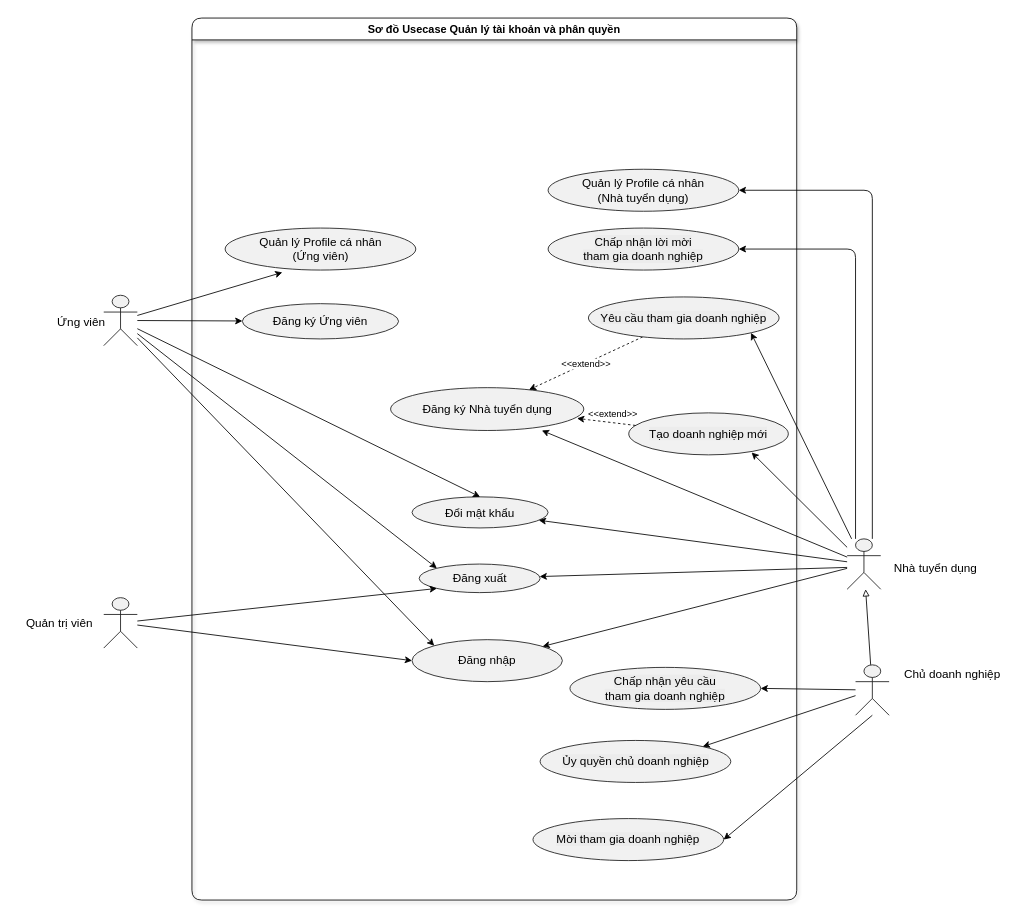
Above: diagrams/usecase_account.drawio in SE-Project-CTU/smart-recruitment-docs (draw.io), before the change. Source tidied: cells renumbered, new cells numbered last; positions are measured from the earlier drawing's top-left corner, leaving out a move shared by most shapes. Both pictures are drawn from the tidied source at 84%, with x=0, y=0 at pixel (13, 18).
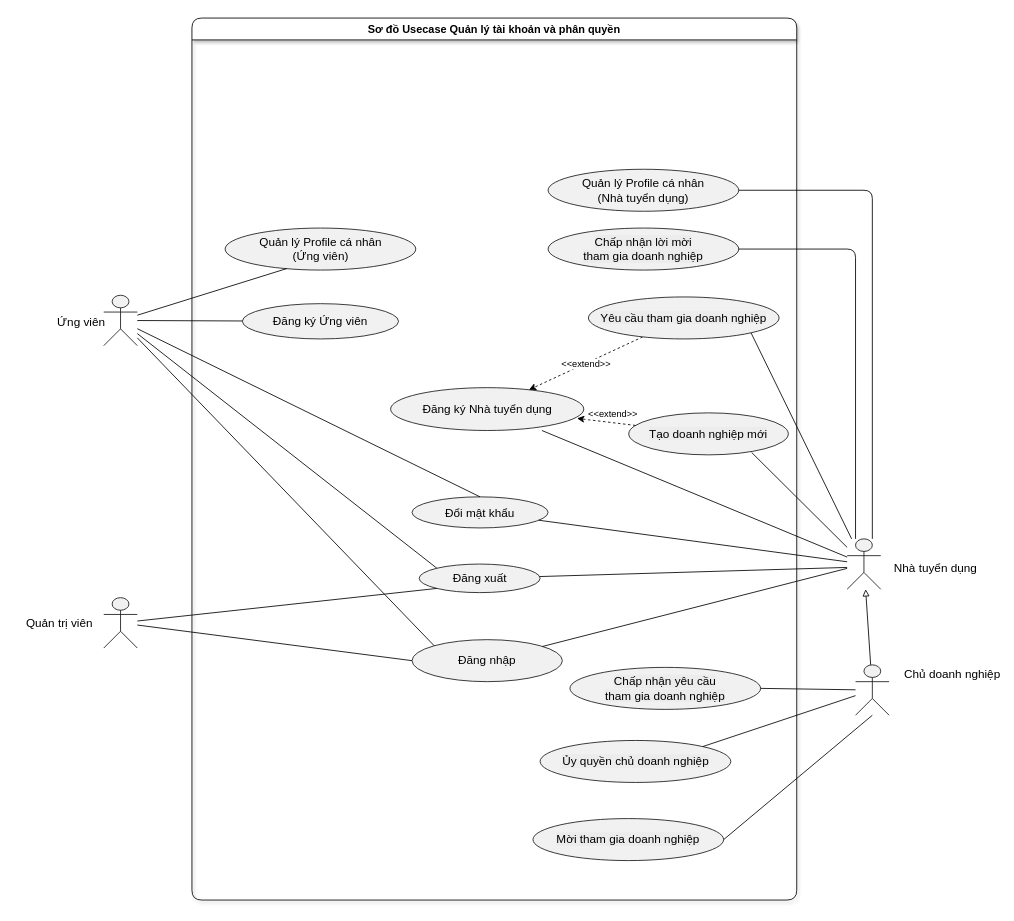
The same page after the edit.

Commit message (it also covers changes not shown here):
docs: Adjust use case diagrams for account and admin subsystems with improved edge styles and layout corrections

Unchanged cells that the change refers to:
```xml
<mxCell id="3" value="Đăng ký Ứng viên" style="ellipse;html=1;fillColor=#F1F1F1;strokeColor=#181818;whiteSpace=wrap;fontColor=#000000;fontSize=14;shadow=0;" parent="2" vertex="1">
  <mxGeometry x="60" y="340" width="186" height="42" as="geometry" />
</mxCell>
<mxCell id="4" value="Đăng ký Nhà tuyển dụng" style="ellipse;html=1;fillColor=#F1F1F1;strokeColor=#181818;whiteSpace=wrap;fontColor=#000000;fontSize=14;shadow=0;" parent="2" vertex="1">
  <mxGeometry x="236.5" y="440" width="230" height="51" as="geometry" />
</mxCell>
<mxCell id="5" value="Đăng nhập" style="ellipse;html=1;fillColor=#F1F1F1;strokeColor=#181818;whiteSpace=wrap;fontColor=#000000;fontSize=14;shadow=0;" parent="2" vertex="1">
  <mxGeometry x="262" y="740" width="179" height="50" as="geometry" />
</mxCell>
<mxCell id="6" value="Đăng xuất" style="ellipse;html=1;fillColor=#F1F1F1;strokeColor=#181818;whiteSpace=wrap;fontColor=#000000;fontSize=14;shadow=0;" parent="2" vertex="1">
  <mxGeometry x="270.5" y="650" width="144" height="34" as="geometry" />
</mxCell>
<mxCell id="7" value="Quản lý Profile cá nhân&lt;br&gt;(Ứng viên)" style="ellipse;html=1;fillColor=#F1F1F1;strokeColor=#181818;whiteSpace=wrap;fontColor=#000000;fontSize=14;shadow=0;" parent="2" vertex="1">
  <mxGeometry x="39.5" y="250" width="227" height="50" as="geometry" />
</mxCell>
<mxCell id="8" value="Đổi mật khẩu" style="ellipse;html=1;fillColor=#F1F1F1;strokeColor=#181818;whiteSpace=wrap;fontColor=#000000;fontSize=14;shadow=0;" parent="2" vertex="1">
  <mxGeometry x="262" y="570" width="162" height="37" as="geometry" />
</mxCell>
<mxCell id="9" value="Quản lý Profile cá nhân&lt;br&gt;(Nhà tuyển dụng)" style="ellipse;html=1;fillColor=#F1F1F1;strokeColor=#181818;whiteSpace=wrap;fontColor=#000000;fontSize=14;shadow=0;" parent="2" vertex="1">
  <mxGeometry x="424" y="180" width="227" height="50" as="geometry" />
</mxCell>
<mxCell id="10" value="&lt;span style=&quot;background-color: rgb(236, 236, 236);&quot;&gt;Tạo doanh nghiệp mới&lt;/span&gt;" style="ellipse;html=1;fillColor=#F1F1F1;strokeColor=#181818;whiteSpace=wrap;fontColor=#000000;fontSize=14;shadow=0;" parent="2" vertex="1">
  <mxGeometry x="520" y="470" width="190" height="50" as="geometry" />
</mxCell>
<mxCell id="13" value="&lt;span style=&quot;background-color: rgb(236, 236, 236);&quot;&gt;Yêu cầu tham gia doanh nghiệp&lt;/span&gt;" style="ellipse;html=1;fillColor=#F1F1F1;strokeColor=#181818;whiteSpace=wrap;fontColor=#000000;fontSize=14;shadow=0;" parent="2" vertex="1">
  <mxGeometry x="472" y="332" width="227" height="50" as="geometry" />
</mxCell>
<mxCell id="14" value="&lt;span style=&quot;background-color: rgb(236, 236, 236);&quot;&gt;Mời tham gia doanh nghiệp&lt;/span&gt;" style="ellipse;html=1;fillColor=#F1F1F1;strokeColor=#181818;whiteSpace=wrap;fontColor=#000000;fontSize=14;shadow=0;" parent="2" vertex="1">
  <mxGeometry x="406" y="953" width="227" height="50" as="geometry" />
</mxCell>
<mxCell id="17" value="&lt;span style=&quot;background-color: rgb(236, 236, 236);&quot;&gt;Chấp nhận lời mời&lt;br&gt;tham gia doanh nghiệp&lt;/span&gt;" style="ellipse;html=1;fillColor=#F1F1F1;strokeColor=#181818;whiteSpace=wrap;fontColor=#000000;fontSize=14;shadow=0;" parent="2" vertex="1">
  <mxGeometry x="424" y="250" width="227" height="50" as="geometry" />
</mxCell>
<mxCell id="18" value="&lt;span style=&quot;background-color: rgb(236, 236, 236);&quot;&gt;Ủy quyền chủ doanh nghiệp&lt;/span&gt;" style="ellipse;html=1;fillColor=#F1F1F1;strokeColor=#181818;whiteSpace=wrap;fontColor=#000000;fontSize=14;shadow=0;" parent="2" vertex="1">
  <mxGeometry x="414.5" y="860" width="227" height="50" as="geometry" />
</mxCell>
<mxCell id="19" value="&lt;span style=&quot;background-color: rgb(236, 236, 236);&quot;&gt;Chấp nhận yêu cầu&lt;br&gt;tham gia doanh nghiệp&lt;/span&gt;" style="ellipse;html=1;fillColor=#F1F1F1;strokeColor=#181818;whiteSpace=wrap;fontColor=#000000;fontSize=14;shadow=0;" parent="2" vertex="1">
  <mxGeometry x="450" y="773" width="227" height="50" as="geometry" />
</mxCell>
<mxCell id="22" style="shape=umlActor;html=1;fillColor=#F1F1F1;strokeColor=#181818;fontColor=#000000;fontSize=14;shadow=0;" parent="1" vertex="1">
  <mxGeometry x="107" y="690" width="40" height="60" as="geometry" />
</mxCell>
<mxCell id="28" style="shape=umlActor;html=1;fillColor=#F1F1F1;strokeColor=#181818;fontColor=#000000;fontSize=14;shadow=0;" parent="1" vertex="1">
  <mxGeometry x="107" y="330" width="40" height="60" as="geometry" />
</mxCell>
<mxCell id="36" style="shape=umlActor;html=1;fillColor=#F1F1F1;strokeColor=#181818;fontColor=#000000;fontSize=14;shadow=0;" parent="1" vertex="1">
  <mxGeometry x="992" y="620" width="40" height="60" as="geometry" />
</mxCell>
<mxCell id="45" style="shape=umlActor;html=1;fillColor=#F1F1F1;strokeColor=#181818;fontColor=#000000;fontSize=14;shadow=0;" parent="1" vertex="1">
  <mxGeometry x="1002" y="770" width="40" height="60" as="geometry" />
</mxCell>
```

What changed in the source:
```diff
@@
-    <mxCell id="20" style="edgeStyle=none;html=1;entryX=0;entryY=0.5;entryDx=0;entryDy=0;" parent="1" edge="1" source="22" target="5">
+    <mxCell id="20" style="edgeStyle=none;html=1;entryX=0;entryY=0.5;entryDx=0;entryDy=0;endArrow=none;endFill=0;" parent="1" edge="1" source="22" target="5">
       <mxGeometry relative="1" as="geometry" />
     </mxCell>
-    <mxCell id="21" style="edgeStyle=none;html=1;entryX=0;entryY=1;entryDx=0;entryDy=0;" parent="1" edge="1" source="22" target="6">
+    <mxCell id="21" style="edgeStyle=none;html=1;entryX=0;entryY=1;entryDx=0;entryDy=0;endArrow=none;endFill=0;" parent="1" edge="1" source="22" target="6">
       <mxGeometry relative="1" as="geometry" />
     </mxCell>
@@
-    <mxCell id="24" style="edgeStyle=none;html=1;entryX=0;entryY=0;entryDx=0;entryDy=0;" parent="1" edge="1" source="28" target="5">
+    <mxCell id="24" style="edgeStyle=none;html=1;entryX=0;entryY=0;entryDx=0;entryDy=0;endArrow=none;endFill=0;" parent="1" edge="1" source="28" target="5">
       <mxGeometry relative="1" as="geometry" />
     </mxCell>
-    <mxCell id="25" style="edgeStyle=none;html=1;entryX=0;entryY=0;entryDx=0;entryDy=0;" parent="1" edge="1" source="28" target="6">
+    <mxCell id="25" style="edgeStyle=none;html=1;entryX=0;entryY=0;entryDx=0;entryDy=0;endArrow=none;endFill=0;" parent="1" edge="1" source="28" target="6">
       <mxGeometry relative="1" as="geometry" />
     </mxCell>
-    <mxCell id="26" style="edgeStyle=none;html=1;entryX=0.5;entryY=0;entryDx=0;entryDy=0;" parent="1" edge="1" source="28" target="8">
+    <mxCell id="26" style="edgeStyle=none;html=1;entryX=0.5;entryY=0;entryDx=0;entryDy=0;endArrow=none;endFill=0;" parent="1" edge="1" source="28" target="8">
       <mxGeometry relative="1" as="geometry" />
     </mxCell>
-    <mxCell id="27" style="edgeStyle=none;html=1;" parent="1" edge="1" source="28" target="3">
+    <mxCell id="27" style="edgeStyle=none;html=1;endArrow=none;endFill=0;" parent="1" edge="1" source="28" target="3">
       <mxGeometry relative="1" as="geometry" />
     </mxCell>
@@
-    <mxCell id="30" style="edgeStyle=none;html=1;" parent="1" edge="1" source="36" target="5">
+    <mxCell id="30" style="edgeStyle=none;html=1;endArrow=none;endFill=0;" parent="1" edge="1" source="36" target="5">
       <mxGeometry relative="1" as="geometry" />
     </mxCell>
-    <mxCell id="31" style="edgeStyle=none;html=1;" parent="1" edge="1" source="36" target="8">
+    <mxCell id="31" style="edgeStyle=none;html=1;endArrow=none;endFill=0;" parent="1" edge="1" source="36" target="8">
       <mxGeometry relative="1" as="geometry" />
     </mxCell>
-    <mxCell id="32" style="edgeStyle=none;html=1;entryX=1;entryY=1;entryDx=0;entryDy=0;" parent="1" edge="1" source="36" target="13">
+    <mxCell id="32" style="edgeStyle=none;html=1;entryX=1;entryY=1;entryDx=0;entryDy=0;endArrow=none;endFill=0;" parent="1" edge="1" source="36" target="13">
       <mxGeometry relative="1" as="geometry" />
     </mxCell>
-    <mxCell id="33" style="html=1;entryX=1;entryY=0.5;entryDx=0;entryDy=0;" parent="1" edge="1" target="14">
+    <mxCell id="33" style="html=1;entryX=1;entryY=0.5;entryDx=0;entryDy=0;endArrow=none;endFill=0;" parent="1" edge="1" target="14">
       <mxGeometry relative="1" as="geometry">
         <mxPoint x="1022" y="830" as="sourcePoint" />
       </mxGeometry>
     </mxCell>
-    <mxCell id="34" style="edgeStyle=orthogonalEdgeStyle;html=1;entryX=1;entryY=0.5;entryDx=0;entryDy=0;" parent="1" edge="1" source="36" target="9">
+    <mxCell id="34" style="edgeStyle=orthogonalEdgeStyle;html=1;entryX=1;entryY=0.5;entryDx=0;entryDy=0;endArrow=none;endFill=0;" parent="1" edge="1" source="36" target="9">
       <mxGeometry relative="1" as="geometry">
         <Array as="points">
           <mxPoint x="1022" y="205" />
         </Array>
       </mxGeometry>
     </mxCell>
-    <mxCell id="35" style="edgeStyle=orthogonalEdgeStyle;html=1;entryX=1;entryY=0.5;entryDx=0;entryDy=0;" parent="1" edge="1" source="36" target="17">
+    <mxCell id="35" style="edgeStyle=orthogonalEdgeStyle;html=1;entryX=1;entryY=0.5;entryDx=0;entryDy=0;endArrow=none;endFill=0;" parent="1" edge="1" source="36" target="17">
       <mxGeometry relative="1" as="geometry">
         <Array as="points">
           <mxPoint x="1002" y="275" />
         </Array>
       </mxGeometry>
     </mxCell>
@@
-    <mxCell id="37" style="edgeStyle=none;html=1;" parent="1" edge="1" target="6">
+    <mxCell id="37" style="edgeStyle=none;html=1;endArrow=none;endFill=0;" parent="1" edge="1" target="6">
       <mxGeometry relative="1" as="geometry">
         <mxPoint x="992" y="654" as="sourcePoint" />
       </mxGeometry>
     </mxCell>
@@
-    <mxCell id="39" style="edgeStyle=none;html=1;entryX=0.783;entryY=1;entryDx=0;entryDy=0;entryPerimeter=0;" parent="1" edge="1" source="36" target="4">
+    <mxCell id="39" style="edgeStyle=none;html=1;entryX=0.783;entryY=1;entryDx=0;entryDy=0;entryPerimeter=0;endArrow=none;endFill=0;" parent="1" edge="1" source="36" target="4">
       <mxGeometry relative="1" as="geometry" />
     </mxCell>
-    <mxCell id="40" style="edgeStyle=none;html=1;entryX=0.77;entryY=0.943;entryDx=0;entryDy=0;entryPerimeter=0;" parent="1" edge="1" source="36" target="10">
+    <mxCell id="40" style="edgeStyle=none;html=1;entryX=0.77;entryY=0.943;entryDx=0;entryDy=0;entryPerimeter=0;endArrow=none;endFill=0;" parent="1" edge="1" source="36" target="10">
       <mxGeometry relative="1" as="geometry" />
     </mxCell>
-    <mxCell id="41" style="edgeStyle=none;html=1;entryX=0.3;entryY=1.056;entryDx=0;entryDy=0;entryPerimeter=0;" parent="1" edge="1" source="28" target="7">
+    <mxCell id="41" style="edgeStyle=none;html=1;entryX=0.323;entryY=0.965;entryDx=0;entryDy=0;entryPerimeter=0;endArrow=none;endFill=0;" parent="1" edge="1" source="28" target="7">
       <mxGeometry relative="1" as="geometry" />
     </mxCell>
@@
-    <mxCell id="43" style="edgeStyle=none;html=1;entryX=1;entryY=0;entryDx=0;entryDy=0;" parent="1" edge="1" source="45" target="18">
+    <mxCell id="43" style="edgeStyle=none;html=1;entryX=1;entryY=0;entryDx=0;entryDy=0;endArrow=none;endFill=0;" parent="1" edge="1" source="45" target="18">
       <mxGeometry relative="1" as="geometry" />
     </mxCell>
-    <mxCell id="44" style="edgeStyle=none;html=1;entryX=1;entryY=0.5;entryDx=0;entryDy=0;" parent="1" edge="1" source="45" target="19">
+    <mxCell id="44" style="edgeStyle=none;html=1;entryX=1;entryY=0.5;entryDx=0;entryDy=0;endArrow=none;endFill=0;" parent="1" edge="1" source="45" target="19">
       <mxGeometry relative="1" as="geometry" />
     </mxCell>
```
